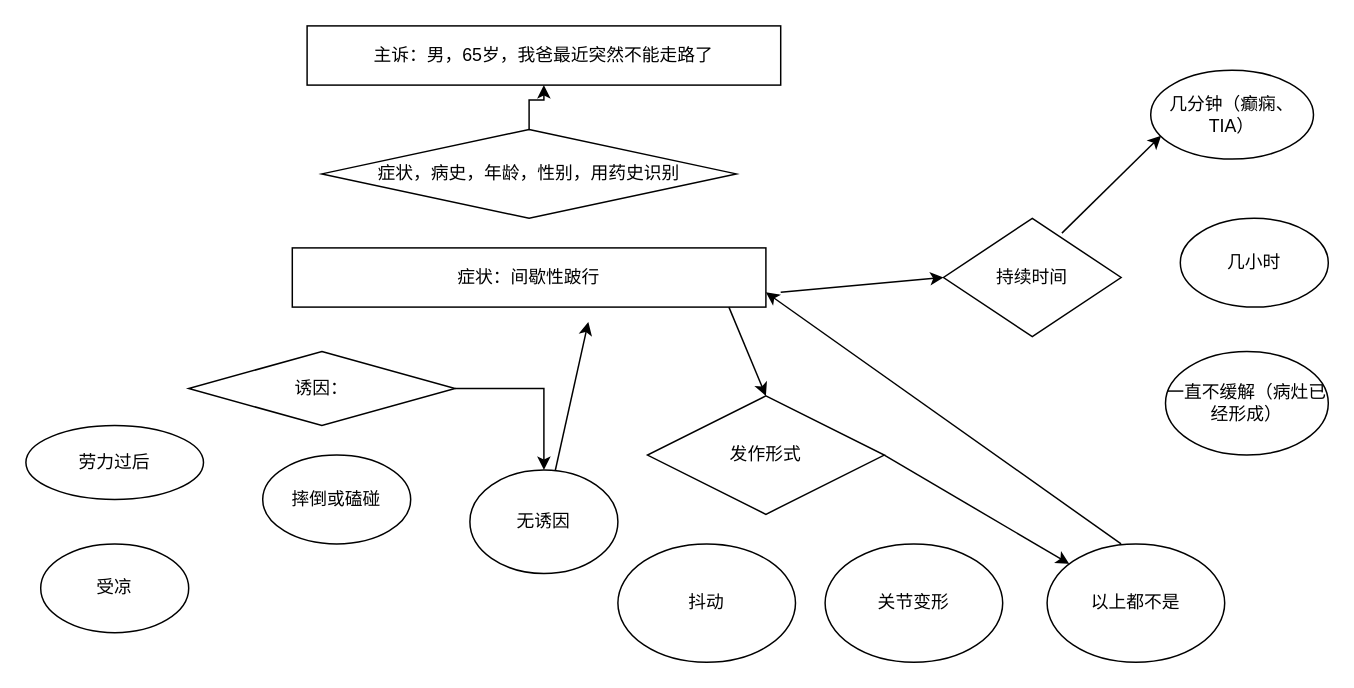
The draw.io diagram Untitled Diagram.drawio in tlc85/lc-repository, before the edit. Source tidied: cells renumbered, new cells numbered last; positions are measured from the earlier drawing's top-left corner, leaving out a move shared by most shapes. Both pictures are drawn from the tidied source at 148%, with x=0, y=0 at pixel (25, 25).
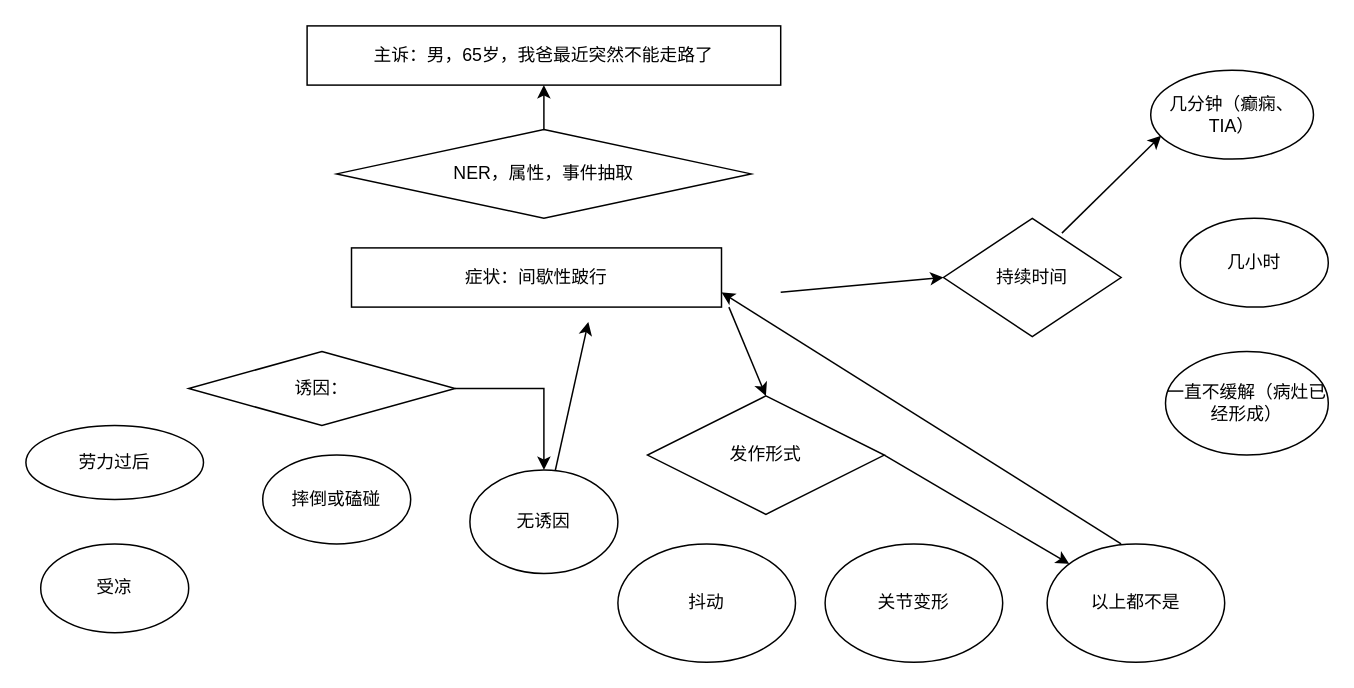
The same page after the edit.

Change to the diagram source:
```diff
@@
     <mxCell id="2" value="症状：间歇性跛行" style="rounded=0;whiteSpace=wrap;html=1;" parent="1" vertex="1">
-      <mxGeometry x="180" y="150" width="320" height="40" as="geometry" />
+      <mxGeometry x="220" y="150" width="250" height="40" as="geometry" />
     </mxCell>
@@
-    <mxCell id="5" value="症状，病史，年龄，性别，用药史识别" style="rhombus;whiteSpace=wrap;html=1;" parent="1" vertex="1">
-      <mxGeometry x="200" y="70" width="280" height="60" as="geometry" />
+    <mxCell id="5" value="NER，属性，事件抽取" style="rhombus;whiteSpace=wrap;html=1;" parent="1" vertex="1">
+      <mxGeometry x="210" y="70" width="280" height="60" as="geometry" />
     </mxCell>
```
